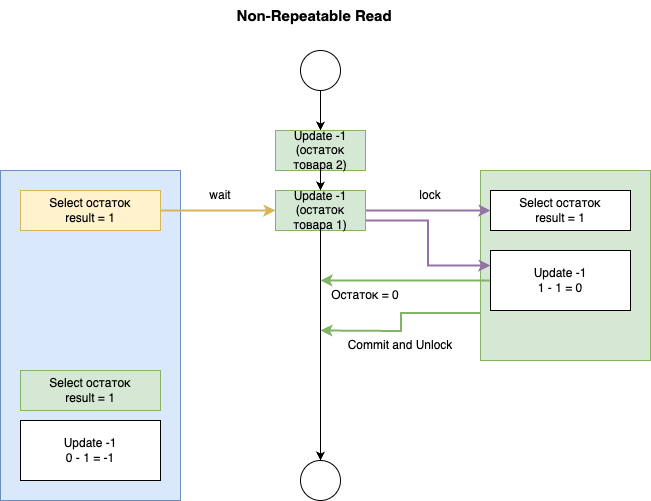
The draw.io diagram webinars/29-databases-3/img/repeatable_read_market.png in OtusGolang/webinars_basic, before a commit. Source tidied: cells renumbered, new cells last; positions are measured from the earlier drawing's top-left corner, leaving out a move shared by most shapes. Its diagram source:
```xml
<mxGraphModel>
  <root>
    <mxCell id="0" />
    <mxCell id="1" parent="0" />
    <mxCell id="2" style="rounded=0;whiteSpace=wrap;html=1;fillColor=#dae8fc;strokeColor=#6c8ebf;" parent="1" vertex="1">
      <mxGeometry y="170" width="180" height="330" as="geometry" />
    </mxCell>
    <mxCell id="3" style="edgeStyle=orthogonalEdgeStyle;rounded=0;jettySize=auto;html=1;exitX=0;exitY=0.75;exitDx=0;exitDy=0;fillColor=#d5e8d4;strokeColor=#82b366;strokeWidth=2;" parent="1" edge="1" source="4">
      <mxGeometry relative="1" as="geometry">
        <mxPoint x="320" y="330" as="targetPoint" />
      </mxGeometry>
    </mxCell>
    <mxCell id="4" style="rounded=0;whiteSpace=wrap;html=1;fillColor=#d5e8d4;strokeColor=#82b366;" parent="1" vertex="1">
      <mxGeometry x="480" y="170" width="170" height="190" as="geometry" />
    </mxCell>
    <mxCell id="5" style="edgeStyle=orthogonalEdgeStyle;rounded=0;jettySize=auto;html=1;exitX=0.5;exitY=1;exitDx=0;exitDy=0;entryX=0.5;entryY=0;entryDx=0;entryDy=0;" parent="1" edge="1" source="6" target="19">
      <mxGeometry relative="1" as="geometry" />
    </mxCell>
    <mxCell id="6" style="ellipse;whiteSpace=wrap;html=1;" parent="1" vertex="1">
      <mxGeometry x="300" y="50" width="40" height="40" as="geometry" />
    </mxCell>
    <mxCell id="7" style="edgeStyle=orthogonalEdgeStyle;rounded=0;jettySize=auto;html=1;exitX=1;exitY=0.5;exitDx=0;exitDy=0;entryX=0;entryY=0.5;entryDx=0;entryDy=0;fillColor=#e1d5e7;strokeColor=#9673a6;strokeWidth=2;" parent="1" edge="1" source="10" target="11">
      <mxGeometry relative="1" as="geometry" />
    </mxCell>
    <mxCell id="8" style="edgeStyle=orthogonalEdgeStyle;rounded=0;jettySize=auto;html=1;exitX=0.5;exitY=1;exitDx=0;exitDy=0;entryX=0.5;entryY=0;entryDx=0;entryDy=0;" parent="1" edge="1" source="10" target="14">
      <mxGeometry relative="1" as="geometry" />
    </mxCell>
    <mxCell id="9" style="edgeStyle=orthogonalEdgeStyle;rounded=0;jettySize=auto;html=1;exitX=1;exitY=0.75;exitDx=0;exitDy=0;entryX=0;entryY=0.25;entryDx=0;entryDy=0;fillColor=#e1d5e7;strokeColor=#9673a6;strokeWidth=2;" parent="1" edge="1" source="10" target="13">
      <mxGeometry relative="1" as="geometry" />
    </mxCell>
    <mxCell id="10" value="Update -1 (остаток товара 1)" style="rounded=0;whiteSpace=wrap;html=1;fillColor=#d5e8d4;strokeColor=#82b366;" parent="1" vertex="1">
      <mxGeometry x="275" y="190" width="90" height="40" as="geometry" />
    </mxCell>
    <mxCell id="11" value="Select остаток&lt;br&gt;result = 1" style="rounded=0;whiteSpace=wrap;html=1;" parent="1" vertex="1">
      <mxGeometry x="490" y="190" width="140" height="40" as="geometry" />
    </mxCell>
    <mxCell id="12" style="edgeStyle=orthogonalEdgeStyle;rounded=0;jettySize=auto;html=1;exitX=0;exitY=0.5;exitDx=0;exitDy=0;fillColor=#d5e8d4;strokeColor=#82b366;strokeWidth=2;" parent="1" edge="1" source="13">
      <mxGeometry relative="1" as="geometry">
        <mxPoint x="320" y="280" as="targetPoint" />
      </mxGeometry>
    </mxCell>
    <mxCell id="13" value="Update -1&lt;br&gt;1 - 1 = 0" style="rounded=0;whiteSpace=wrap;html=1;" parent="1" vertex="1">
      <mxGeometry x="490" y="250" width="140" height="60" as="geometry" />
    </mxCell>
    <mxCell id="14" style="ellipse;whiteSpace=wrap;html=1;" parent="1" vertex="1">
      <mxGeometry x="300" y="460" width="40" height="40" as="geometry" />
    </mxCell>
    <mxCell id="15" style="edgeStyle=orthogonalEdgeStyle;rounded=0;jettySize=auto;html=1;exitX=1;exitY=0.5;exitDx=0;exitDy=0;entryX=0;entryY=0.5;entryDx=0;entryDy=0;strokeWidth=2;fillColor=#fff2cc;strokeColor=#d6b656;" parent="1" edge="1" source="16" target="10">
      <mxGeometry relative="1" as="geometry" />
    </mxCell>
    <mxCell id="16" value="Select остаток&lt;br&gt;result = 1" style="rounded=0;whiteSpace=wrap;html=1;fillColor=#fff2cc;strokeColor=#d6b656;" parent="1" vertex="1">
      <mxGeometry x="20" y="190" width="140" height="40" as="geometry" />
    </mxCell>
    <mxCell id="17" value="Update -1&lt;br&gt;0 - 1 = -1" style="rounded=0;whiteSpace=wrap;html=1;" parent="1" vertex="1">
      <mxGeometry x="20" y="420" width="140" height="60" as="geometry" />
    </mxCell>
    <mxCell id="18" style="edgeStyle=orthogonalEdgeStyle;rounded=0;jettySize=auto;html=1;exitX=0.5;exitY=1;exitDx=0;exitDy=0;entryX=0.5;entryY=0;entryDx=0;entryDy=0;" parent="1" edge="1" source="19" target="10">
      <mxGeometry relative="1" as="geometry" />
    </mxCell>
    <mxCell id="19" value="Update -1 (остаток товара 2)" style="rounded=0;whiteSpace=wrap;html=1;fillColor=#d5e8d4;strokeColor=#82b366;" parent="1" vertex="1">
      <mxGeometry x="275" y="130" width="90" height="40" as="geometry" />
    </mxCell>
    <mxCell id="20" value="Остаток = 0" style="text;html=1;strokeColor=none;fillColor=none;align=center;verticalAlign=middle;whiteSpace=wrap;rounded=0;" parent="1" vertex="1">
      <mxGeometry x="320" y="280" width="90" height="30" as="geometry" />
    </mxCell>
    <mxCell id="21" value="&amp;nbsp;Non-Repeatable Read" style="text;html=1;strokeColor=none;fillColor=none;align=center;verticalAlign=middle;whiteSpace=wrap;rounded=0;fontSize=15;fontStyle=1;" parent="1" vertex="1">
      <mxGeometry x="212.5" width="197.5" height="30" as="geometry" />
    </mxCell>
    <mxCell id="22" value="wait" style="text;html=1;strokeColor=none;fillColor=none;align=center;verticalAlign=middle;whiteSpace=wrap;rounded=0;" parent="1" vertex="1">
      <mxGeometry x="190" y="180" width="60" height="30" as="geometry" />
    </mxCell>
    <mxCell id="23" value="lock" style="text;html=1;strokeColor=none;fillColor=none;align=center;verticalAlign=middle;whiteSpace=wrap;rounded=0;" parent="1" vertex="1">
      <mxGeometry x="400" y="180" width="60" height="30" as="geometry" />
    </mxCell>
    <mxCell id="24" value="Commit and Unlock" style="text;html=1;strokeColor=none;fillColor=none;align=center;verticalAlign=middle;whiteSpace=wrap;rounded=0;" parent="1" vertex="1">
      <mxGeometry x="340" y="330" width="120" height="30" as="geometry" />
    </mxCell>
    <mxCell id="25" value="Select остаток&lt;br&gt;result = 1" style="rounded=0;whiteSpace=wrap;html=1;fillColor=#d5e8d4;strokeColor=#82b366;" parent="1" vertex="1">
      <mxGeometry x="20" y="370" width="140" height="40" as="geometry" />
    </mxCell>
  </root>
</mxGraphModel>
```
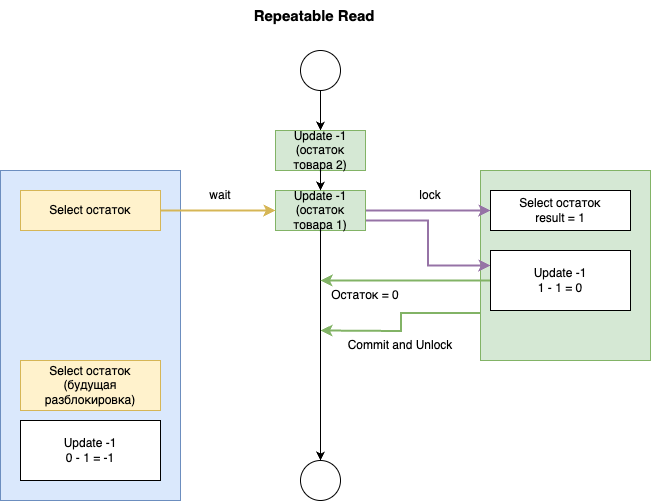
After the commit.

Change to the diagram source:
```diff
@@ -48,7 +48,7 @@
     <mxCell id="15" style="edgeStyle=orthogonalEdgeStyle;rounded=0;jettySize=auto;html=1;exitX=1;exitY=0.5;exitDx=0;exitDy=0;entryX=0;entryY=0.5;entryDx=0;entryDy=0;strokeWidth=2;fillColor=#fff2cc;strokeColor=#d6b656;" parent="1" edge="1" source="16" target="10">
       <mxGeometry relative="1" as="geometry" />
     </mxCell>
-    <mxCell id="16" value="Select остаток&lt;br&gt;result = 1" style="rounded=0;whiteSpace=wrap;html=1;fillColor=#fff2cc;strokeColor=#d6b656;" parent="1" vertex="1">
+    <mxCell id="16" value="Select остаток" style="rounded=0;whiteSpace=wrap;html=1;fillColor=#fff2cc;strokeColor=#d6b656;" parent="1" vertex="1">
       <mxGeometry x="20" y="190" width="140" height="40" as="geometry" />
     </mxCell>
     <mxCell id="17" value="Update -1&lt;br&gt;0 - 1 = -1" style="rounded=0;whiteSpace=wrap;html=1;" parent="1" vertex="1">
@@ -63,7 +63,7 @@
     <mxCell id="20" value="Остаток = 0" style="text;html=1;strokeColor=none;fillColor=none;align=center;verticalAlign=middle;whiteSpace=wrap;rounded=0;" parent="1" vertex="1">
       <mxGeometry x="320" y="280" width="90" height="30" as="geometry" />
     </mxCell>
-    <mxCell id="21" value="&amp;nbsp;Non-Repeatable Read" style="text;html=1;strokeColor=none;fillColor=none;align=center;verticalAlign=middle;whiteSpace=wrap;rounded=0;fontSize=15;fontStyle=1;" parent="1" vertex="1">
+    <mxCell id="21" value="&amp;nbsp;Repeatable Read" style="text;html=1;strokeColor=none;fillColor=none;align=center;verticalAlign=middle;whiteSpace=wrap;rounded=0;fontSize=15;fontStyle=1;" parent="1" vertex="1">
       <mxGeometry x="212.5" width="197.5" height="30" as="geometry" />
     </mxCell>
     <mxCell id="22" value="wait" style="text;html=1;strokeColor=none;fillColor=none;align=center;verticalAlign=middle;whiteSpace=wrap;rounded=0;" parent="1" vertex="1">
@@ -75,8 +75,8 @@
     <mxCell id="24" value="Commit and Unlock" style="text;html=1;strokeColor=none;fillColor=none;align=center;verticalAlign=middle;whiteSpace=wrap;rounded=0;" parent="1" vertex="1">
       <mxGeometry x="340" y="330" width="120" height="30" as="geometry" />
     </mxCell>
-    <mxCell id="25" value="Select остаток&lt;br&gt;result = 1" style="rounded=0;whiteSpace=wrap;html=1;fillColor=#d5e8d4;strokeColor=#82b366;" parent="1" vertex="1">
-      <mxGeometry x="20" y="370" width="140" height="40" as="geometry" />
+    <mxCell id="25" value="Select остаток&lt;br&gt;(будущая разблокировка)" style="rounded=0;whiteSpace=wrap;html=1;fillColor=#fff2cc;strokeColor=#d6b656;" parent="1" vertex="1">
+      <mxGeometry x="20" y="360" width="140" height="50" as="geometry" />
     </mxCell>
   </root>
 </mxGraphModel>
```
